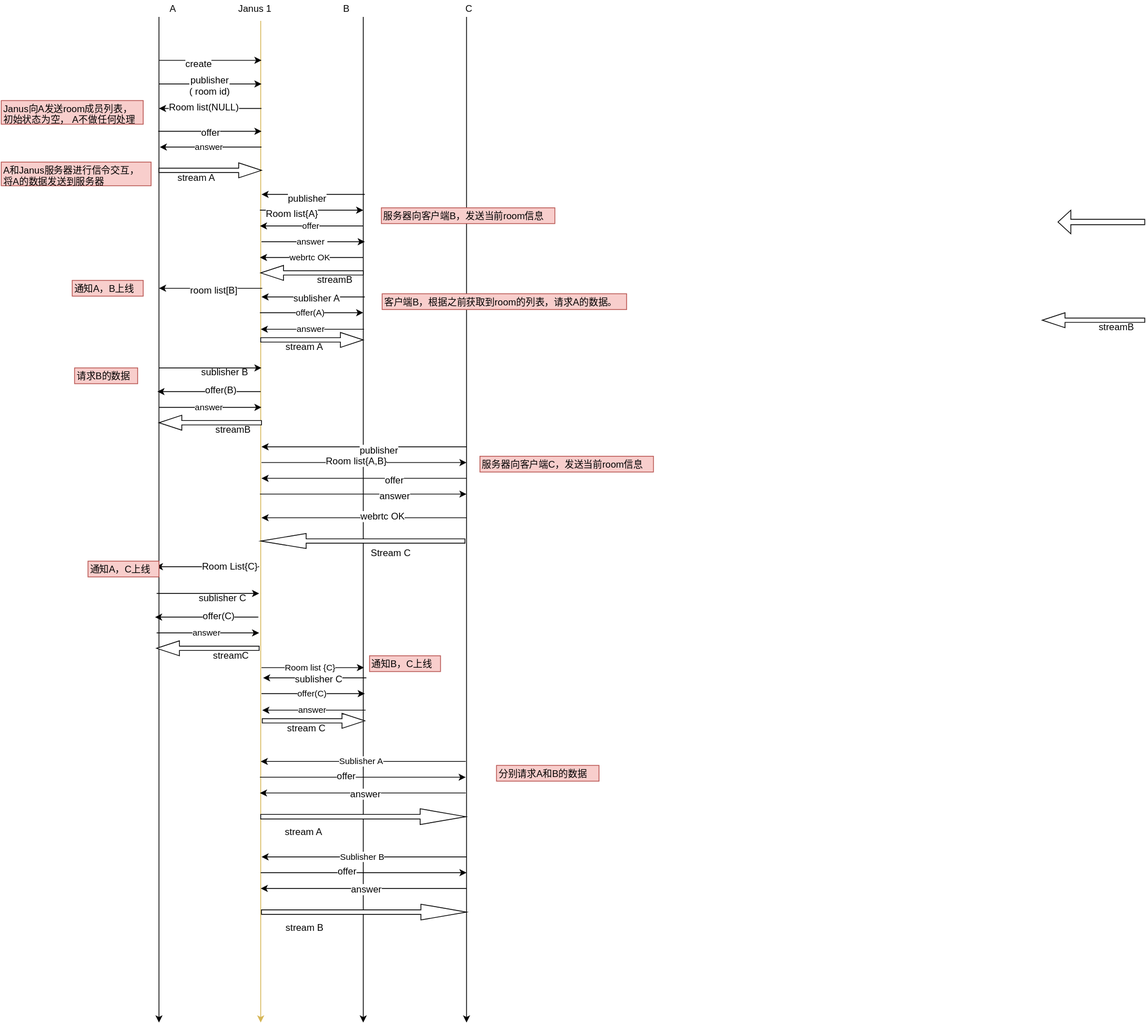
The draw.io diagram video_room_message.svg in chenlai/picture, before a commit. Source tidied: cells renumbered, new cells last; positions are measured from the earlier drawing's top-left corner, leaving out a move shared by most shapes.
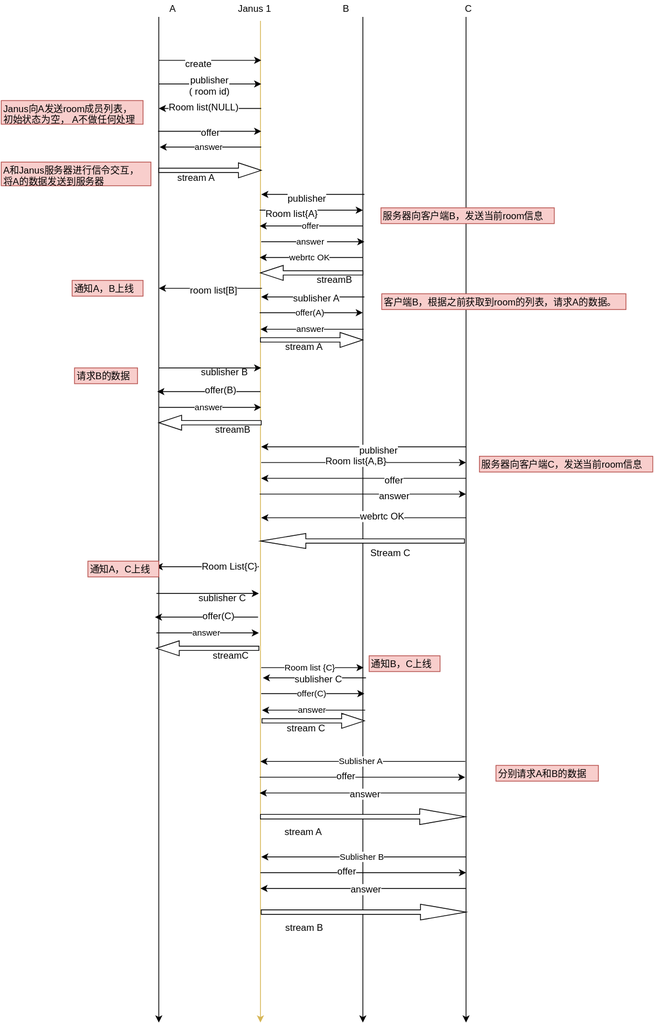
Later version of the same file.

Commit message:
update video_room_messsage

The edit, as a diff of the source:
```diff
@@ -295,21 +295,12 @@
         <mxPoint x="15" y="-3" as="offset" />
       </mxGeometry>
     </mxCell>
-    <mxCell id="52" style="shape=singleArrow;direction=west;whiteSpace=wrap;html=1;strokeColor=#000000;align=left;arrowWidth=0.225;arrowSize=0.14791666666666667;" parent="1" vertex="1">
-      <mxGeometry x="1340" y="265" width="110" height="30" as="geometry" />
-    </mxCell>
     <mxCell id="53" style="shape=singleArrow;whiteSpace=wrap;html=1;strokeColor=#000000;align=left;arrowWidth=0.2894736842105263;arrowSize=0.2225;rotation=180;" parent="1" vertex="1">
       <mxGeometry x="329" y="335" width="130" height="19" as="geometry" />
     </mxCell>
     <mxCell id="54" value="streamB" style="text;html=1;align=left;verticalAlign=top;spacingTop=-4;" parent="1" vertex="1">
       <mxGeometry x="399" y="344" width="60" height="20" as="geometry" />
     </mxCell>
-    <mxCell id="55" style="shape=singleArrow;whiteSpace=wrap;html=1;strokeColor=#000000;align=left;arrowWidth=0.2894736842105263;arrowSize=0.2225;rotation=180;" parent="1" vertex="1">
-      <mxGeometry x="1320" y="395" width="130" height="19" as="geometry" />
-    </mxCell>
-    <mxCell id="56" value="streamB" style="text;html=1;align=left;verticalAlign=top;spacingTop=-4;" parent="1" vertex="1">
-      <mxGeometry x="1390" y="404" width="60" height="20" as="geometry" />
-    </mxCell>
     <mxCell id="57" style="shape=singleArrow;whiteSpace=wrap;html=1;strokeColor=#000000;align=left;arrowWidth=0.2894736842105263;arrowSize=0.2225;rotation=180;" parent="1" vertex="1">
       <mxGeometry x="200" y="525" width="130" height="19" as="geometry" />
     </mxCell>
```
